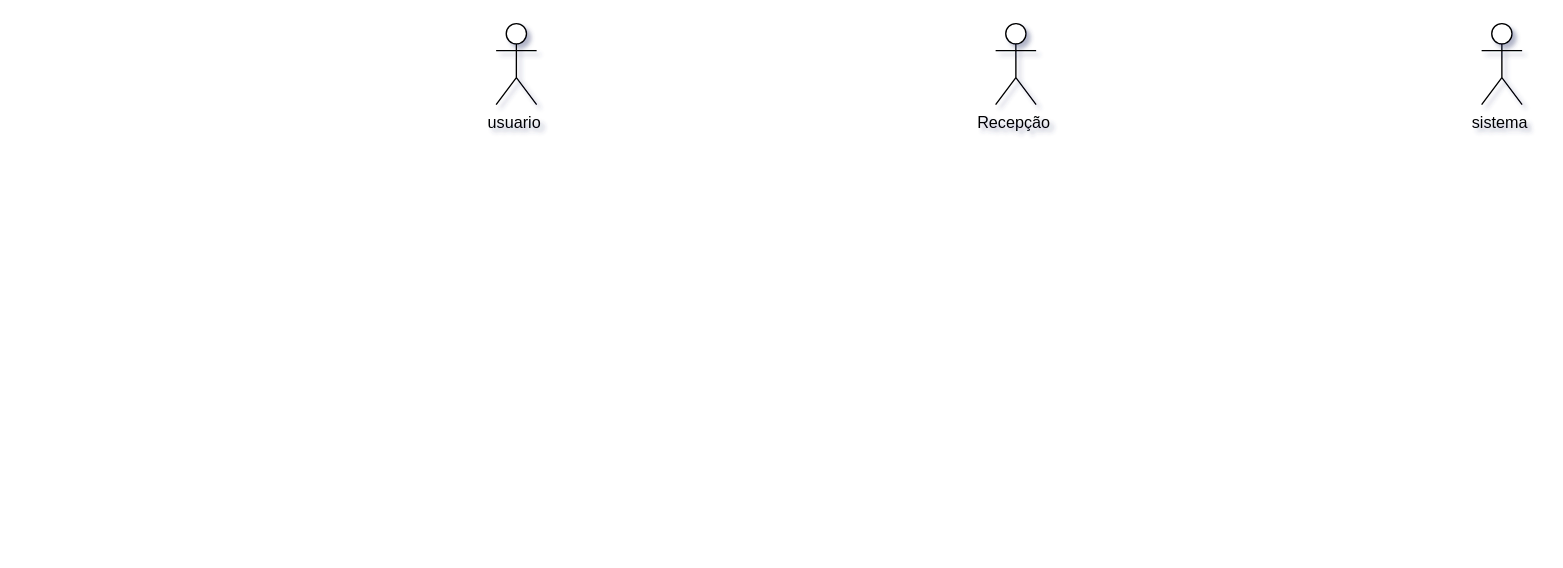
The draw.io diagram page "Página-23" (21 of 21) of Diagrama sem nome.drawio in caioqwerty/diagramasderequisitos, before the edit. Source tidied: cells renumbered, new cells numbered last; positions are measured from the earlier drawing's top-left corner, leaving out a move shared by most shapes. Both pictures are drawn from the tidied source at 135%, with x=0, y=0 at pixel (495, 23).
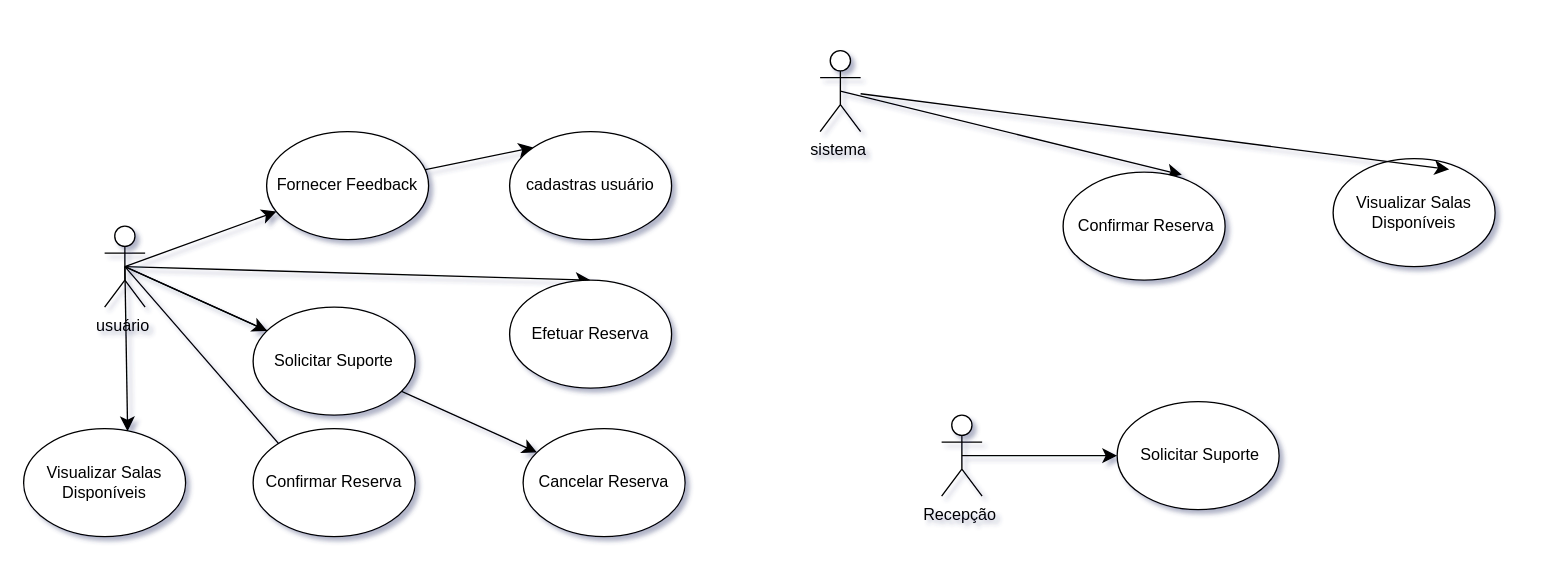
After the change.

Change to the diagram source:
```diff
@@
+    <mxCell id="5" style="edgeStyle=none;curved=1;rounded=0;jettySize=auto;html=1;exitX=0.5;exitY=0.5;exitDx=0;exitDy=0;exitPerimeter=0;entryX=0.5;entryY=0;entryDx=0;entryDy=0;fontSize=12;startSize=8;endSize=8;" parent="1" edge="1" source="2" target="15">
+      <mxGeometry relative="1" as="geometry" />
+    </mxCell>
+    <mxCell id="6" style="edgeStyle=none;curved=1;rounded=0;jettySize=auto;html=1;exitX=0.5;exitY=0.5;exitDx=0;exitDy=0;exitPerimeter=0;entryX=0.642;entryY=0.025;entryDx=0;entryDy=0;fontSize=12;startSize=8;endSize=8;entryPerimeter=0;" parent="1" edge="1" source="2" target="17">
+      <mxGeometry relative="1" as="geometry" />
+    </mxCell>
+    <mxCell id="7" style="edgeStyle=none;curved=1;rounded=0;jettySize=auto;html=1;exitX=0.5;exitY=0.5;exitDx=0;exitDy=0;exitPerimeter=0;fontSize=12;startSize=8;endSize=8;" parent="1" edge="1" source="2" target="18">
+      <mxGeometry relative="1" as="geometry" />
+    </mxCell>
+    <mxCell id="8" style="edgeStyle=none;curved=1;rounded=0;jettySize=auto;html=1;exitX=0.5;exitY=0.5;exitDx=0;exitDy=0;exitPerimeter=0;fontSize=12;startSize=8;endSize=8;" parent="1" edge="1" source="2" target="19">
+      <mxGeometry relative="1" as="geometry" />
+    </mxCell>
+    <mxCell id="9" style="edgeStyle=none;curved=1;rounded=0;jettySize=auto;html=1;exitX=0.5;exitY=0.5;exitDx=0;exitDy=0;exitPerimeter=0;fontSize=12;startSize=8;endSize=8;" parent="1" edge="1" source="2" target="24">
+      <mxGeometry relative="1" as="geometry" />
+    </mxCell>
+    <mxCell id="10" style="edgeStyle=none;curved=1;rounded=0;jettySize=auto;html=1;exitX=0.5;exitY=0.5;exitDx=0;exitDy=0;exitPerimeter=0;entryX=0;entryY=0;entryDx=0;entryDy=0;fontSize=12;startSize=8;endSize=8;" parent="1" edge="1" source="24" target="14">
+      <mxGeometry relative="1" as="geometry" />
+    </mxCell>
+    <mxCell id="11" style="edgeStyle=none;curved=1;rounded=0;jettySize=auto;html=1;exitX=0.5;exitY=0.5;exitDx=0;exitDy=0;exitPerimeter=0;entryX=0.642;entryY=0.975;entryDx=0;entryDy=0;fontSize=12;startSize=8;endSize=8;entryPerimeter=0;" parent="1" edge="1" source="2" target="16">
+      <mxGeometry relative="1" as="geometry" />
+    </mxCell>
-    <mxCell id="2" value="usuario&amp;nbsp;" style="shape=umlActor;verticalLabelPosition=bottom;verticalAlign=top;html=1;outlineConnect=0;" parent="1" vertex="1">
-      <mxGeometry width="30" height="60" as="geometry" />
+    <mxCell id="2" value="usuário&amp;nbsp;" style="shape=umlActor;verticalLabelPosition=bottom;verticalAlign=top;html=1;outlineConnect=0;" parent="1" vertex="1">
+      <mxGeometry x="-290" y="150" width="30" height="60" as="geometry" />
     </mxCell>
+    <mxCell id="12" style="edgeStyle=none;curved=1;rounded=0;jettySize=auto;html=1;exitX=0.5;exitY=0.5;exitDx=0;exitDy=0;exitPerimeter=0;entryX=0.733;entryY=0.025;entryDx=0;entryDy=0;fontSize=12;startSize=8;endSize=8;entryPerimeter=0;" parent="1" edge="1" source="3" target="21">
+      <mxGeometry relative="1" as="geometry" />
+    </mxCell>
     <mxCell id="3" value="sistema&amp;nbsp;" style="shape=umlActor;verticalLabelPosition=bottom;verticalAlign=top;html=1;outlineConnect=0;" parent="1" vertex="1">
-      <mxGeometry x="730" width="30" height="60" as="geometry" />
+      <mxGeometry x="240" y="20" width="30" height="60" as="geometry" />
     </mxCell>
+    <mxCell id="13" style="edgeStyle=none;curved=1;rounded=0;jettySize=auto;html=1;exitX=0.5;exitY=0.5;exitDx=0;exitDy=0;exitPerimeter=0;fontSize=12;startSize=8;endSize=8;" parent="1" edge="1" source="4" target="20">
+      <mxGeometry relative="1" as="geometry" />
+    </mxCell>
     <mxCell id="4" value="Recepção&amp;nbsp;" style="shape=umlActor;verticalLabelPosition=bottom;verticalAlign=top;html=1;outlineConnect=0;" parent="1" vertex="1">
-      <mxGeometry x="370" width="30" height="60" as="geometry" />
+      <mxGeometry x="330" y="290" width="30" height="60" as="geometry" />
     </mxCell>
+    <mxCell id="14" value="cadastras usuário" style="ellipse;whiteSpace=wrap;html=1;" parent="1" vertex="1">
+      <mxGeometry x="10" y="80" width="120" height="80" as="geometry" />
+    </mxCell>
+    <mxCell id="15" value="Efetuar Reserva" style="ellipse;whiteSpace=wrap;html=1;" parent="1" vertex="1">
+      <mxGeometry x="10" y="190" width="120" height="80" as="geometry" />
+    </mxCell>
+    <mxCell id="16" value="Confirmar Reserva" style="ellipse;whiteSpace=wrap;html=1;" parent="1" vertex="1">
+      <mxGeometry x="-180" y="300" width="120" height="80" as="geometry" />
+    </mxCell>
+    <mxCell id="17" value="Visualizar Salas Disponíveis" style="ellipse;whiteSpace=wrap;html=1;" parent="1" vertex="1">
+      <mxGeometry x="-350" y="300" width="120" height="80" as="geometry" />
+    </mxCell>
+    <mxCell id="18" value="Cancelar Reserva" style="ellipse;whiteSpace=wrap;html=1;" parent="1" vertex="1">
+      <mxGeometry x="20" y="300" width="120" height="80" as="geometry" />
+    </mxCell>
+    <mxCell id="19" value="Solicitar Suporte" style="ellipse;whiteSpace=wrap;html=1;" parent="1" vertex="1">
+      <mxGeometry x="-180" y="210" width="120" height="80" as="geometry" />
+    </mxCell>
+    <mxCell id="20" value="&amp;nbsp;Solicitar Suporte" style="ellipse;whiteSpace=wrap;html=1;" parent="1" vertex="1">
+      <mxGeometry x="460" y="280" width="120" height="80" as="geometry" />
+    </mxCell>
+    <mxCell id="21" value="&amp;nbsp;Confirmar Reserva" style="ellipse;whiteSpace=wrap;html=1;" parent="1" vertex="1">
+      <mxGeometry x="420" y="110" width="120" height="80" as="geometry" />
+    </mxCell>
+    <mxCell id="22" value="Visualizar Salas Disponíveis" style="ellipse;whiteSpace=wrap;html=1;" parent="1" vertex="1">
+      <mxGeometry x="620" y="100" width="120" height="80" as="geometry" />
+    </mxCell>
+    <mxCell id="23" style="edgeStyle=none;curved=1;rounded=0;jettySize=auto;html=1;entryX=0.717;entryY=0.1;entryDx=0;entryDy=0;entryPerimeter=0;fontSize=12;startSize=8;endSize=8;" parent="1" edge="1" source="3" target="22">
+      <mxGeometry relative="1" as="geometry" />
+    </mxCell>
+    <mxCell id="24" value="Fornecer Feedback" style="ellipse;whiteSpace=wrap;html=1;" parent="1" vertex="1">
+      <mxGeometry x="-170" y="80" width="120" height="80" as="geometry" />
+    </mxCell>
```
